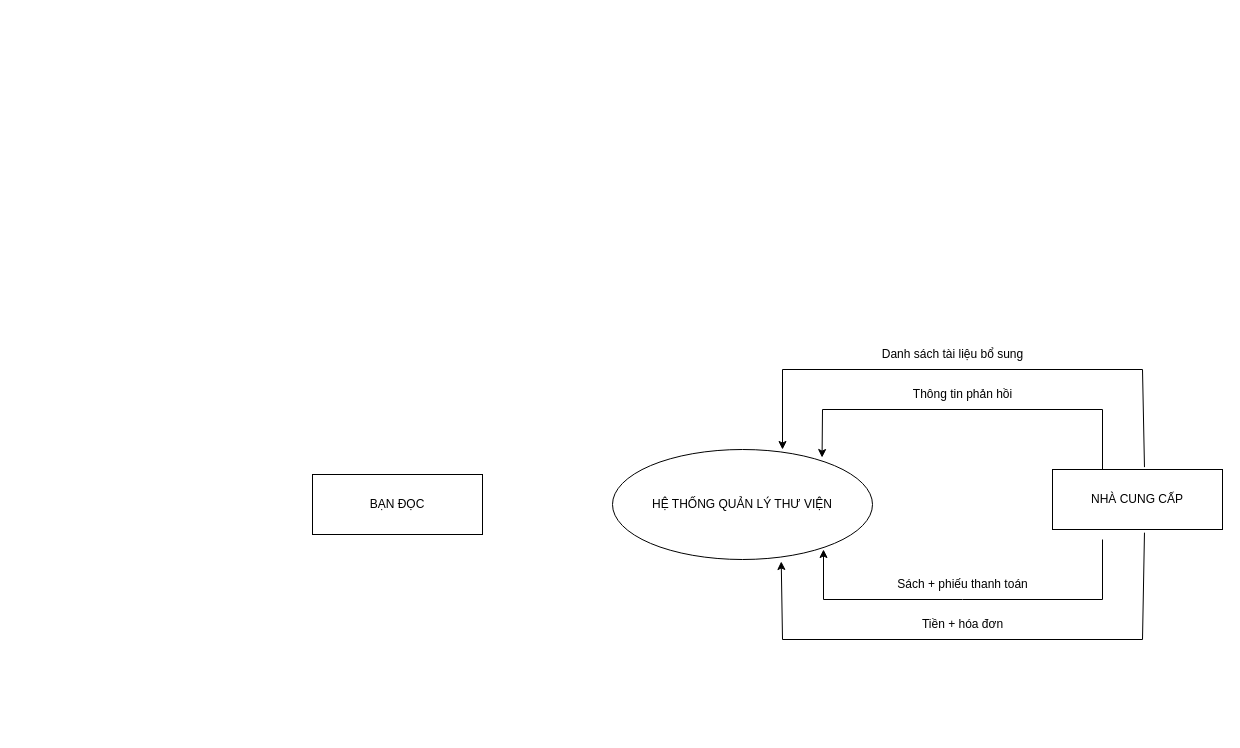
Before: page "Luồng DL mức ngữ cảnh" (2 of 3) of Đồ án nhóm 1.drawio in Nguyenquynh235/DoAnNhom1, a draw.io diagram. Source tidied: cells renumbered, new cells numbered last; positions are measured from the earlier drawing's top-left corner, leaving out a move shared by most shapes. Both pictures are drawn from the tidied source at 100%, with x=0, y=0 at pixel (17, 17).
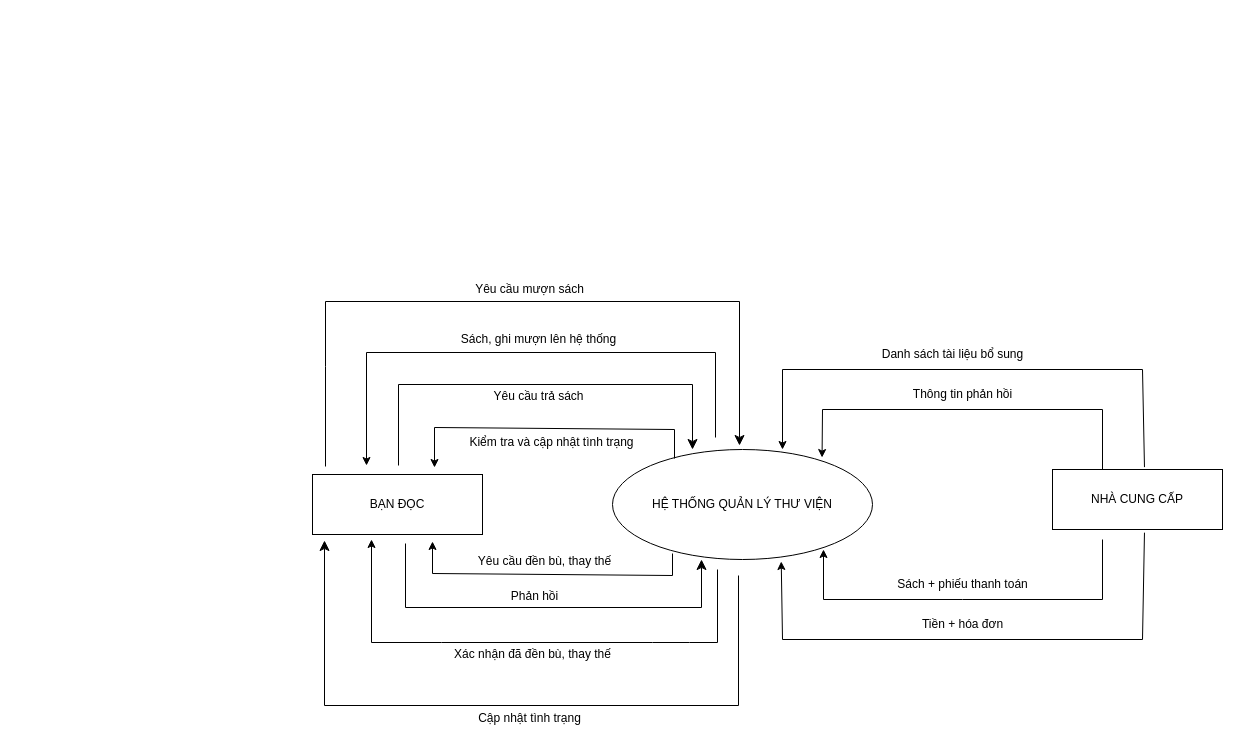
After the change.

Commit message:
Update Luồng dữ liệu mức ngữ cảnh.drawio

Diff of the diagram source:
```diff
@@
+    <mxCell id="14" style="endArrow=classic;html=1;rounded=0;" parent="1" edge="1">
+      <mxGeometry relative="1" as="geometry">
+        <mxPoint x="657" y="441" as="sourcePoint" />
+        <mxPoint x="417" y="450" as="targetPoint" />
+        <Array as="points">
+          <mxPoint x="657" y="412" />
+          <mxPoint x="417" y="410" />
+        </Array>
+      </mxGeometry>
+    </mxCell>
+    <mxCell id="15" style="endArrow=classic;html=1;rounded=0;" parent="1" edge="1">
+      <mxGeometry relative="1" as="geometry">
+        <mxPoint x="655" y="536" as="sourcePoint" />
+        <mxPoint x="415" y="524" as="targetPoint" />
+        <Array as="points">
+          <mxPoint x="655" y="558" />
+          <mxPoint x="415" y="556" />
+        </Array>
+      </mxGeometry>
+    </mxCell>
+    <mxCell id="16" style="edgeStyle=segmentEdgeStyle;endArrow=classic;html=1;curved=0;rounded=0;endSize=8;startSize=8;" parent="1" edge="1">
+      <mxGeometry relative="1" as="geometry">
+        <mxPoint x="381" y="448" as="sourcePoint" />
+        <mxPoint x="675" y="432" as="targetPoint" />
+        <Array as="points">
+          <mxPoint x="381" y="367" />
+          <mxPoint x="675" y="367" />
+        </Array>
+      </mxGeometry>
+    </mxCell>
+    <mxCell id="17" style="edgeStyle=elbowEdgeStyle;elbow=vertical;endArrow=classic;html=1;curved=0;rounded=0;endSize=8;startSize=8;" parent="1" edge="1">
+      <mxGeometry relative="1" as="geometry">
+        <mxPoint x="388" y="526" as="sourcePoint" />
+        <mxPoint x="684" y="542" as="targetPoint" />
+        <Array as="points">
+          <mxPoint x="534" y="590" />
+        </Array>
+      </mxGeometry>
+    </mxCell>
+    <mxCell id="18" style="endArrow=classic;html=1;rounded=0;" parent="1" edge="1">
+      <mxGeometry relative="1" as="geometry">
+        <mxPoint x="698" y="420" as="sourcePoint" />
+        <mxPoint x="349" y="448" as="targetPoint" />
+        <Array as="points">
+          <mxPoint x="698" y="335" />
+          <mxPoint x="349" y="335" />
+        </Array>
+      </mxGeometry>
+    </mxCell>
+    <mxCell id="19" style="endArrow=classic;html=1;rounded=0;" parent="1" edge="1">
+      <mxGeometry relative="1" as="geometry">
+        <mxPoint x="700" y="552" as="sourcePoint" />
+        <mxPoint x="354" y="522" as="targetPoint" />
+        <Array as="points">
+          <mxPoint x="700" y="625" />
+          <mxPoint x="672" y="625" />
+          <mxPoint x="635" y="625" />
+          <mxPoint x="424" y="625" />
+          <mxPoint x="354" y="625" />
+        </Array>
+      </mxGeometry>
+    </mxCell>
+    <mxCell id="20" style="edgeStyle=segmentEdgeStyle;endArrow=classic;html=1;curved=0;rounded=0;endSize=8;startSize=8;" parent="1" edge="1">
+      <mxGeometry relative="1" as="geometry">
+        <mxPoint x="308" y="449" as="sourcePoint" />
+        <mxPoint x="722" y="428" as="targetPoint" />
+        <Array as="points">
+          <mxPoint x="308" y="349" />
+          <mxPoint x="308" y="284" />
+          <mxPoint x="722" y="284" />
+        </Array>
+      </mxGeometry>
+    </mxCell>
+    <mxCell id="21" style="edgeStyle=segmentEdgeStyle;endArrow=classic;html=1;curved=0;rounded=0;endSize=8;startSize=8;" parent="1" edge="1">
+      <mxGeometry relative="1" as="geometry">
+        <mxPoint x="721" y="558" as="sourcePoint" />
+        <mxPoint x="307" y="523" as="targetPoint" />
+        <Array as="points">
+          <mxPoint x="721" y="688" />
+          <mxPoint x="307" y="688" />
+        </Array>
+      </mxGeometry>
+    </mxCell>
+    <mxCell id="22" value="Kiểm tra và cập nhật tình trạng" style="text;html=1;align=center;verticalAlign=middle;strokeColor=none;fillColor=none;" parent="1" vertex="1">
+      <mxGeometry x="443" y="412" width="182" height="26" as="geometry" />
+    </mxCell>
+    <mxCell id="23" value="Yêu cầu đền bù, thay thế" style="text;html=1;align=center;verticalAlign=middle;strokeColor=none;fillColor=none;" parent="1" vertex="1">
+      <mxGeometry x="451" y="531" width="151" height="26" as="geometry" />
+    </mxCell>
+    <mxCell id="24" value="Yêu cầu trả sách" style="text;html=1;align=center;verticalAlign=middle;strokeColor=none;fillColor=none;" parent="1" vertex="1">
+      <mxGeometry x="467" y="366" width="108" height="26" as="geometry" />
+    </mxCell>
+    <mxCell id="25" value="Phản hồi" style="text;html=1;align=center;verticalAlign=middle;strokeColor=none;fillColor=none;" parent="1" vertex="1">
+      <mxGeometry x="484" y="566" width="65" height="26" as="geometry" />
+    </mxCell>
+    <mxCell id="26" value="Xác nhận đã đền bù, thay thế" style="text;html=1;align=center;verticalAlign=middle;strokeColor=none;fillColor=none;" parent="1" vertex="1">
+      <mxGeometry x="427" y="624" width="175" height="26" as="geometry" />
+    </mxCell>
+    <mxCell id="27" value="Cập nhật tình trạng" style="text;html=1;align=center;verticalAlign=middle;strokeColor=none;fillColor=none;" parent="1" vertex="1">
+      <mxGeometry x="451" y="688" width="121" height="26" as="geometry" />
+    </mxCell>
+    <mxCell id="28" value="Yêu cầu mượn sách" style="text;html=1;align=center;verticalAlign=middle;strokeColor=none;fillColor=none;" parent="1" vertex="1">
+      <mxGeometry x="448" y="259" width="127" height="26" as="geometry" />
+    </mxCell>
+    <mxCell id="29" value="Sách, ghi mượn lên hệ thống" style="text;html=1;align=center;verticalAlign=middle;strokeColor=none;fillColor=none;" parent="1" vertex="1">
+      <mxGeometry x="434.5" y="309" width="173" height="26" as="geometry" />
+    </mxCell>
```
